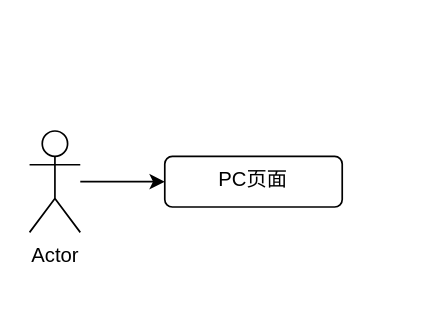
Earlier version of the draw.io diagram 从零玩转腾讯云扫码授权.drawio (yangbuyiya/yangbuyi-blog-images). Source tidied: cells renumbered, new cells numbered last; positions are measured from the earlier drawing's top-left corner, leaving out a move shared by most shapes. Both pictures are drawn from the tidied source at 169%, with x=0, y=0 at pixel (29, 130).
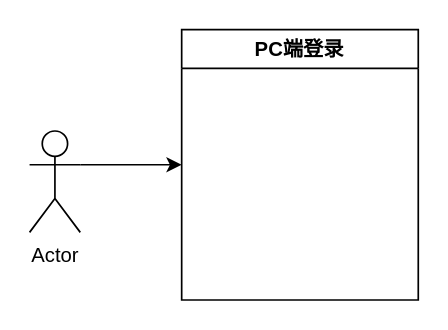
The same diagram, later.

Commit message (it also covers changes not shown here):
更新从零玩转腾讯云扫码授权.drawio

Change to the diagram source:
```diff
@@
 <mxGraphModel>
   <root>
     <mxCell id="0" />
     <mxCell id="1" parent="0" />
-    <mxCell id="2" style="edgeStyle=orthogonalEdgeStyle;rounded=0;jettySize=auto;html=1;" parent="1" edge="1" source="3" target="4">
-      <mxGeometry relative="1" as="geometry" />
-    </mxCell>
+    <mxCell id="5" style="edgeStyle=orthogonalEdgeStyle;rounded=0;jettySize=auto;html=1;exitX=1;exitY=0.3333333333333333;exitDx=0;exitDy=0;exitPerimeter=0;entryX=0;entryY=0.5;entryDx=0;entryDy=0;" parent="1" edge="1" source="3" target="6">
+      <mxGeometry relative="1" as="geometry" />
+    </mxCell>
     <mxCell id="3" value="Actor" style="shape=umlActor;verticalLabelPosition=bottom;verticalAlign=top;html=1;outlineConnect=0;" parent="1" vertex="1">
       <mxGeometry width="30" height="60" as="geometry" />
     </mxCell>
-    <mxCell id="4" value="PC页面&lt;div&gt;&lt;br&gt;&lt;/div&gt;" style="rounded=1;whiteSpace=wrap;html=1;verticalAlign=top;" parent="1" vertex="1">
-      <mxGeometry x="80" y="15" width="105" height="30" as="geometry" />
-    </mxCell>
+    <mxCell id="6" value="PC端登录" style="swimlane;whiteSpace=wrap;html=1;" parent="1" vertex="1">
+      <mxGeometry x="90" y="-60" width="140" height="160" as="geometry" />
+    </mxCell>
   </root>
 </mxGraphModel>
```
